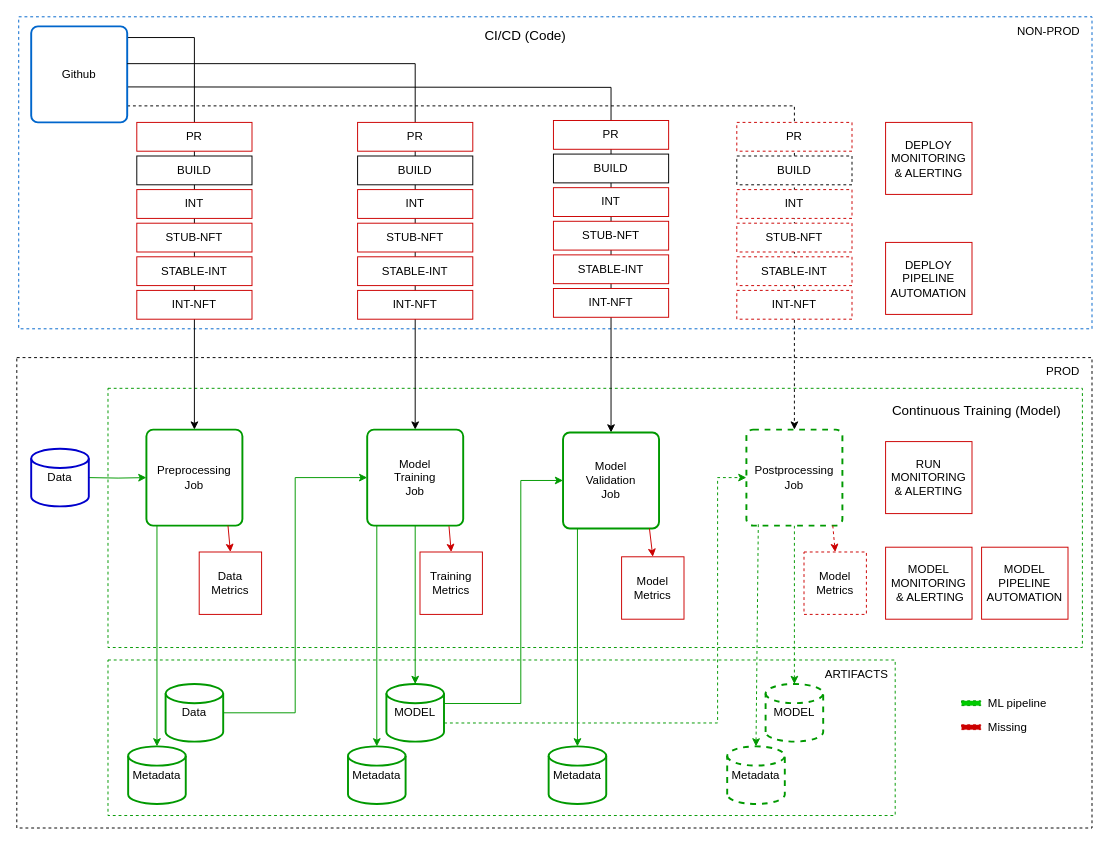
Before: mlops-concepts-cdct-mlp.drawio in adriangay/my-drawio-diagrams, a draw.io diagram. Source tidied: cells renumbered, new cells numbered last; positions are measured from the earlier drawing's top-left corner, leaving out a move shared by most shapes. Both pictures are drawn from the tidied source at 96%, with x=0, y=0 at pixel (16, 16).
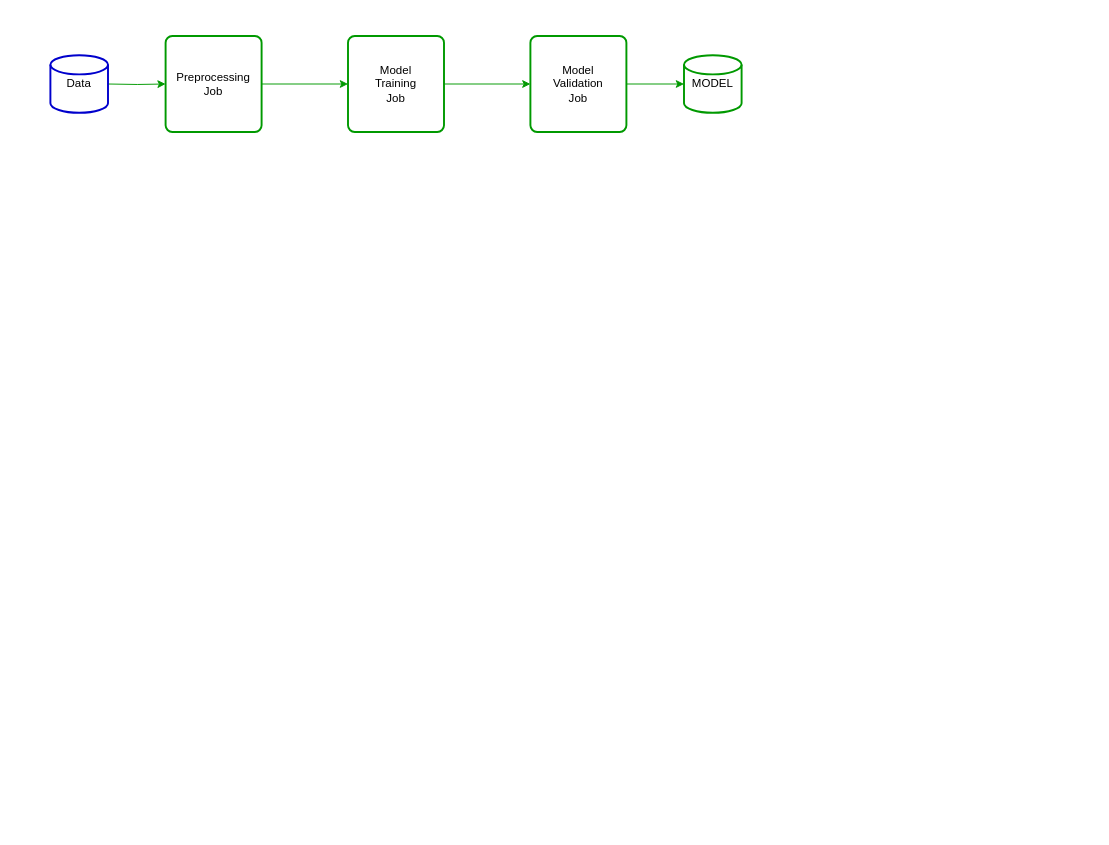
After the change.

What changed in the source:
```diff
@@
-    <mxCell id="2" style="rounded=0;whiteSpace=wrap;html=1;fillColor=none;dashed=1;" parent="1" vertex="1">
-      <mxGeometry y="355" width="1120" height="490" as="geometry" />
-    </mxCell>
-    <mxCell id="3" style="rounded=0;whiteSpace=wrap;html=1;fillColor=none;dashed=1;strokeColor=#009900;" parent="1" vertex="1">
-      <mxGeometry x="95" y="670" width="820" height="162" as="geometry" />
-    </mxCell>
-    <mxCell id="4" style="rounded=0;whiteSpace=wrap;html=1;strokeColor=#0066CC;fillColor=none;dashed=1;" parent="1" vertex="1">
-      <mxGeometry x="2" width="1118" height="325" as="geometry" />
-    </mxCell>
-    <mxCell id="5" style="rounded=0;whiteSpace=wrap;html=1;fillColor=none;dashed=1;strokeColor=#009900;" parent="1" vertex="1">
-      <mxGeometry x="95" y="387" width="1015" height="270" as="geometry" />
-    </mxCell>
-    <mxCell id="6" value="&lt;span style=&quot;white-space: normal&quot;&gt;MODEL&lt;/span&gt;&lt;br style=&quot;white-space: normal&quot;&gt;&lt;span style=&quot;white-space: normal&quot;&gt;MONITORING&lt;/span&gt;&lt;br style=&quot;white-space: normal&quot;&gt;&lt;span style=&quot;white-space: normal&quot;&gt;&amp;nbsp;&amp;amp; ALERTING&lt;/span&gt;" style="rounded=0;whiteSpace=wrap;html=1;strokeColor=#CC0000;" parent="1" vertex="1">
-      <mxGeometry x="905" y="552.5" width="90" height="75" as="geometry" />
-    </mxCell>
-    <mxCell id="7" style="edgeStyle=orthogonalEdgeStyle;rounded=0;jettySize=auto;html=1;exitX=1;exitY=0.388;exitDx=0;exitDy=0;exitPerimeter=0;" parent="1" edge="1" target="16">
-      <mxGeometry relative="1" as="geometry">
-        <mxPoint x="74" y="73" as="sourcePoint" />
-      </mxGeometry>
-    </mxCell>
-    <mxCell id="8" style="edgeStyle=orthogonalEdgeStyle;rounded=0;jettySize=auto;html=1;exitX=0.994;exitY=0.116;exitDx=0;exitDy=0;exitPerimeter=0;" parent="1" edge="1" source="10" target="12">
-      <mxGeometry relative="1" as="geometry" />
-    </mxCell>
-    <mxCell id="9" style="edgeStyle=orthogonalEdgeStyle;rounded=0;jettySize=auto;html=1;exitX=1;exitY=0.828;exitDx=0;exitDy=0;entryX=0.5;entryY=0;entryDx=0;entryDy=0;exitPerimeter=0;dashed=1;strokeColor=#000000;" parent="1" edge="1" source="10" target="18">
-      <mxGeometry relative="1" as="geometry" />
-    </mxCell>
-    <mxCell id="10" value="Github" style="rounded=1;whiteSpace=wrap;html=1;absoluteArcSize=1;arcSize=14;strokeWidth=2;strokeColor=#0066CC;" parent="1" vertex="1">
-      <mxGeometry x="15" y="10" width="100" height="100" as="geometry" />
-    </mxCell>
     <mxCell id="11" style="edgeStyle=orthogonalEdgeStyle;rounded=0;jettySize=auto;html=1;exitX=1;exitY=0.5;exitDx=0;exitDy=0;strokeColor=#009900;" parent="1" edge="1" target="12">
       <mxGeometry relative="1" as="geometry">
-        <mxPoint x="75" y="480" as="sourcePoint" />
+        <mxPoint x="95" y="70" as="sourcePoint" />
       </mxGeometry>
     </mxCell>
     <mxCell id="12" value="Preprocessing&lt;br&gt;Job" style="rounded=1;whiteSpace=wrap;html=1;absoluteArcSize=1;arcSize=14;strokeWidth=2;strokeColor=#009900;" parent="1" vertex="1">
-      <mxGeometry x="135" y="430" width="100" height="100" as="geometry" />
+      <mxGeometry x="155" y="20" width="100" height="100" as="geometry" />
     </mxCell>
-    <mxCell id="13" style="edgeStyle=orthogonalEdgeStyle;rounded=0;jettySize=auto;html=1;entryX=0.5;entryY=0;entryDx=0;entryDy=0;exitX=1;exitY=0.388;exitDx=0;exitDy=0;exitPerimeter=0;" parent="1" edge="1" source="10" target="15">
-      <mxGeometry relative="1" as="geometry" />
-    </mxCell>
-    <mxCell id="14" style="edgeStyle=orthogonalEdgeStyle;rounded=0;jettySize=auto;html=1;exitX=0.5;exitY=1;exitDx=0;exitDy=0;entryX=0.5;entryY=0;entryDx=0;entryDy=0;entryPerimeter=0;startArrow=none;startFill=0;endArrow=classic;endFill=1;strokeColor=#009900;" parent="1" edge="1" source="15" target="50">
-      <mxGeometry relative="1" as="geometry" />
-    </mxCell>
     <mxCell id="15" value="Model&lt;br&gt;Training&lt;br&gt;Job" style="rounded=1;whiteSpace=wrap;html=1;absoluteArcSize=1;arcSize=14;strokeWidth=2;strokeColor=#009900;" parent="1" vertex="1">
-      <mxGeometry x="365" y="430" width="100" height="100" as="geometry" />
+      <mxGeometry x="345" y="20" width="100" height="100" as="geometry" />
     </mxCell>
     <mxCell id="16" value="Model&lt;br&gt;Validation&lt;br&gt;Job" style="rounded=1;whiteSpace=wrap;html=1;absoluteArcSize=1;arcSize=14;strokeWidth=2;strokeColor=#009900;" parent="1" vertex="1">
-      <mxGeometry x="569" y="433" width="100" height="100" as="geometry" />
+      <mxGeometry x="535" y="20" width="100" height="100" as="geometry" />
     </mxCell>
-    <mxCell id="17" style="edgeStyle=orthogonalEdgeStyle;rounded=0;jettySize=auto;html=1;exitX=0.5;exitY=1;exitDx=0;exitDy=0;entryX=0.5;entryY=0;entryDx=0;entryDy=0;strokeColor=#009900;entryPerimeter=0;dashed=1;" parent="1" edge="1" source="18" target="49">
-      <mxGeometry relative="1" as="geometry" />
-    </mxCell>
-    <mxCell id="18" value="Postprocessing&lt;br&gt;Job" style="rounded=1;whiteSpace=wrap;html=1;absoluteArcSize=1;arcSize=14;strokeWidth=2;dashed=1;strokeColor=#009900;" parent="1" vertex="1">
-      <mxGeometry x="760" y="430" width="100" height="100" as="geometry" />
-    </mxCell>
     <mxCell id="19" value="Data" style="strokeWidth=2;html=1;shape=mxgraph.flowchart.database;whiteSpace=wrap;strokeColor=#0000CC;" parent="1" vertex="1">
-      <mxGeometry x="15" y="450" width="60" height="60" as="geometry" />
+      <mxGeometry x="35" y="40" width="60" height="60" as="geometry" />
     </mxCell>
-    <mxCell id="20" value="&lt;font style=&quot;font-size: 14px&quot;&gt;CI/CD (Code)&lt;/font&gt;" style="text;html=1;strokeColor=none;fillColor=none;align=center;verticalAlign=middle;whiteSpace=wrap;rounded=0;" parent="1" vertex="1">
-      <mxGeometry x="485" y="10" width="90" height="20" as="geometry" />
-    </mxCell>
-    <mxCell id="21" value="&lt;font style=&quot;font-size: 14px&quot;&gt;Continuous Training (Model)&lt;/font&gt;" style="text;html=1;strokeColor=none;fillColor=none;align=center;verticalAlign=middle;whiteSpace=wrap;rounded=0;" parent="1" vertex="1">
-      <mxGeometry x="900" y="400" width="200" height="20" as="geometry" />
-    </mxCell>
-    <mxCell id="22" value="INT" style="rounded=0;whiteSpace=wrap;html=1;strokeColor=#CC0000;" parent="1" vertex="1">
-      <mxGeometry x="125" y="180" width="120" height="30" as="geometry" />
-    </mxCell>
-    <mxCell id="23" value="PR" style="rounded=0;whiteSpace=wrap;html=1;strokeColor=#CC0000;" parent="1" vertex="1">
-      <mxGeometry x="125" y="110" width="120" height="30" as="geometry" />
-    </mxCell>
-    <mxCell id="24" value="BUILD" style="rounded=0;whiteSpace=wrap;html=1;" parent="1" vertex="1">
-      <mxGeometry x="125" y="145" width="120" height="30" as="geometry" />
-    </mxCell>
-    <mxCell id="25" value="STUB-NFT" style="rounded=0;whiteSpace=wrap;html=1;strokeColor=#CC0000;" parent="1" vertex="1">
-      <mxGeometry x="125" y="215" width="120" height="30" as="geometry" />
-    </mxCell>
-    <mxCell id="26" value="STABLE-INT" style="rounded=0;whiteSpace=wrap;html=1;strokeColor=#CC0000;" parent="1" vertex="1">
-      <mxGeometry x="125" y="250" width="120" height="30" as="geometry" />
-    </mxCell>
-    <mxCell id="27" value="PROD" style="text;html=1;strokeColor=none;fillColor=none;align=center;verticalAlign=middle;whiteSpace=wrap;rounded=0;" parent="1" vertex="1">
-      <mxGeometry x="1070" y="360" width="40" height="20" as="geometry" />
-    </mxCell>
-    <mxCell id="28" value="INT-NFT" style="rounded=0;whiteSpace=wrap;html=1;strokeColor=#CC0000;" parent="1" vertex="1">
-      <mxGeometry x="125" y="285" width="120" height="30" as="geometry" />
-    </mxCell>
-    <mxCell id="29" value="INT" style="rounded=0;whiteSpace=wrap;html=1;strokeColor=#CC0000;" parent="1" vertex="1">
-      <mxGeometry x="355" y="180" width="120" height="30" as="geometry" />
-    </mxCell>
-    <mxCell id="30" value="PR" style="rounded=0;whiteSpace=wrap;html=1;strokeColor=#CC0000;" parent="1" vertex="1">
-      <mxGeometry x="355" y="110" width="120" height="30" as="geometry" />
-    </mxCell>
-    <mxCell id="31" value="BUILD" style="rounded=0;whiteSpace=wrap;html=1;" parent="1" vertex="1">
-      <mxGeometry x="355" y="145" width="120" height="30" as="geometry" />
-    </mxCell>
-    <mxCell id="32" value="STUB-NFT" style="rounded=0;whiteSpace=wrap;html=1;strokeColor=#CC0000;" parent="1" vertex="1">
-      <mxGeometry x="355" y="215" width="120" height="30" as="geometry" />
-    </mxCell>
-    <mxCell id="33" value="STABLE-INT" style="rounded=0;whiteSpace=wrap;html=1;strokeColor=#CC0000;" parent="1" vertex="1">
-      <mxGeometry x="355" y="250" width="120" height="30" as="geometry" />
-    </mxCell>
-    <mxCell id="34" value="INT-NFT" style="rounded=0;whiteSpace=wrap;html=1;strokeColor=#CC0000;" parent="1" vertex="1">
-      <mxGeometry x="355" y="285" width="120" height="30" as="geometry" />
-    </mxCell>
-    <mxCell id="35" value="INT" style="rounded=0;whiteSpace=wrap;html=1;strokeColor=#CC0000;" parent="1" vertex="1">
-      <mxGeometry x="559" y="178" width="120" height="30" as="geometry" />
-    </mxCell>
-    <mxCell id="36" value="PR" style="rounded=0;whiteSpace=wrap;html=1;strokeColor=#CC0000;" parent="1" vertex="1">
-      <mxGeometry x="559" y="108" width="120" height="30" as="geometry" />
-    </mxCell>
-    <mxCell id="37" value="BUILD" style="rounded=0;whiteSpace=wrap;html=1;" parent="1" vertex="1">
-      <mxGeometry x="559" y="143" width="120" height="30" as="geometry" />
-    </mxCell>
-    <mxCell id="38" value="STUB-NFT" style="rounded=0;whiteSpace=wrap;html=1;strokeColor=#CC0000;" parent="1" vertex="1">
-      <mxGeometry x="559" y="213" width="120" height="30" as="geometry" />
-    </mxCell>
-    <mxCell id="39" value="STABLE-INT" style="rounded=0;whiteSpace=wrap;html=1;strokeColor=#CC0000;" parent="1" vertex="1">
-      <mxGeometry x="559" y="248" width="120" height="30" as="geometry" />
-    </mxCell>
-    <mxCell id="40" value="INT-NFT" style="rounded=0;whiteSpace=wrap;html=1;strokeColor=#CC0000;" parent="1" vertex="1">
-      <mxGeometry x="559" y="283" width="120" height="30" as="geometry" />
-    </mxCell>
-    <mxCell id="41" value="INT" style="rounded=0;whiteSpace=wrap;html=1;strokeColor=#CC0000;dashed=1;" parent="1" vertex="1">
-      <mxGeometry x="750" y="180" width="120" height="30" as="geometry" />
-    </mxCell>
-    <mxCell id="42" value="PR" style="rounded=0;whiteSpace=wrap;html=1;strokeColor=#CC0000;dashed=1;" parent="1" vertex="1">
-      <mxGeometry x="750" y="110" width="120" height="30" as="geometry" />
-    </mxCell>
-    <mxCell id="43" value="BUILD" style="rounded=0;whiteSpace=wrap;html=1;dashed=1;" parent="1" vertex="1">
-      <mxGeometry x="750" y="145" width="120" height="30" as="geometry" />
-    </mxCell>
-    <mxCell id="44" value="STUB-NFT" style="rounded=0;whiteSpace=wrap;html=1;strokeColor=#CC0000;dashed=1;" parent="1" vertex="1">
-      <mxGeometry x="750" y="215" width="120" height="30" as="geometry" />
-    </mxCell>
-    <mxCell id="45" value="STABLE-INT" style="rounded=0;whiteSpace=wrap;html=1;strokeColor=#CC0000;dashed=1;" parent="1" vertex="1">
-      <mxGeometry x="750" y="250" width="120" height="30" as="geometry" />
-    </mxCell>
-    <mxCell id="46" value="INT-NFT" style="rounded=0;whiteSpace=wrap;html=1;strokeColor=#CC0000;dashed=1;" parent="1" vertex="1">
-      <mxGeometry x="750" y="285" width="120" height="30" as="geometry" />
-    </mxCell>
-    <mxCell id="47" value="Data" style="strokeWidth=2;html=1;shape=mxgraph.flowchart.database;whiteSpace=wrap;strokeColor=#009900;" parent="1" vertex="1">
-      <mxGeometry x="155" y="695" width="60" height="60" as="geometry" />
-    </mxCell>
-    <mxCell id="48" style="edgeStyle=orthogonalEdgeStyle;rounded=0;jettySize=auto;html=1;entryX=0;entryY=0.5;entryDx=0;entryDy=0;strokeColor=#009900;exitX=1;exitY=0.5;exitDx=0;exitDy=0;exitPerimeter=0;" parent="1" edge="1" source="47" target="15">
+    <mxCell id="48" style="edgeStyle=orthogonalEdgeStyle;rounded=0;jettySize=auto;html=1;entryX=0;entryY=0.5;entryDx=0;entryDy=0;strokeColor=#009900;exitX=1;exitY=0.5;exitDx=0;exitDy=0;" parent="1" edge="1" source="12" target="15">
       <mxGeometry relative="1" as="geometry" />
     </mxCell>
-    <mxCell id="49" value="MODEL" style="strokeWidth=2;html=1;shape=mxgraph.flowchart.database;whiteSpace=wrap;strokeColor=#009900;dashed=1;" parent="1" vertex="1">
-      <mxGeometry x="780" y="695" width="60" height="60" as="geometry" />
-    </mxCell>
     <mxCell id="50" value="MODEL" style="strokeWidth=2;html=1;shape=mxgraph.flowchart.database;whiteSpace=wrap;strokeColor=#009900;" parent="1" vertex="1">
-      <mxGeometry x="385" y="695" width="60" height="60" as="geometry" />
+      <mxGeometry x="695" y="40" width="60" height="60" as="geometry" />
     </mxCell>
+    <mxCell id="79" style="edgeStyle=orthogonalEdgeStyle;rounded=0;jettySize=auto;html=1;entryX=0;entryY=0.5;entryDx=0;entryDy=0;strokeColor=#009900;exitX=1;exitY=0.5;exitDx=0;exitDy=0;" parent="1" edge="1" source="15" target="16">
+      <mxGeometry relative="1" as="geometry" />
+    </mxCell>
-    <mxCell id="51" style="edgeStyle=orthogonalEdgeStyle;rounded=0;jettySize=auto;html=1;exitX=0;exitY=0.5;exitDx=0;exitDy=0;strokeColor=#009900;startArrow=classic;startFill=1;endArrow=none;endFill=0;entryX=0.997;entryY=0.339;entryDx=0;entryDy=0;entryPerimeter=0;" parent="1" edge="1" source="16" target="50">
-      <mxGeometry relative="1" as="geometry">
-        <Array as="points">
-          <mxPoint x="525" y="483" />
-          <mxPoint x="525" y="715" />
-        </Array>
-      </mxGeometry>
+    <mxCell id="51" style="edgeStyle=orthogonalEdgeStyle;rounded=0;jettySize=auto;html=1;entryX=0;entryY=0.5;entryDx=0;entryDy=0;strokeColor=#009900;entryPerimeter=0;exitX=1;exitY=0.5;exitDx=0;exitDy=0;" parent="1" edge="1" source="16" target="50">
+      <mxGeometry relative="1" as="geometry" />
     </mxCell>
-    <mxCell id="52" style="edgeStyle=orthogonalEdgeStyle;rounded=0;jettySize=auto;html=1;exitX=1.003;exitY=0.677;exitDx=0;exitDy=0;strokeColor=#009900;entryX=0;entryY=0.5;entryDx=0;entryDy=0;exitPerimeter=0;dashed=1;" parent="1" edge="1" source="50" target="18">
-      <mxGeometry relative="1" as="geometry">
-        <Array as="points">
-          <mxPoint x="730" y="736" />
-          <mxPoint x="730" y="480" />
-        </Array>
-      </mxGeometry>
-    </mxCell>
-    <mxCell id="53" value="RUN&lt;br&gt;MONITORING&lt;br&gt;&amp;amp; ALERTING" style="rounded=0;whiteSpace=wrap;html=1;strokeColor=#CC0000;" parent="1" vertex="1">
-      <mxGeometry x="905" y="442.5" width="90" height="75" as="geometry" />
-    </mxCell>
-    <mxCell id="54" value="Model&lt;br&gt;Metrics" style="whiteSpace=wrap;html=1;strokeColor=#CC0000;dashed=1;" parent="1" vertex="1">
-      <mxGeometry x="820" y="557.5" width="65" height="65" as="geometry" />
-    </mxCell>
-    <mxCell id="55" style="endArrow=classic;html=1;entryX=0.5;entryY=0;entryDx=0;entryDy=0;strokeColor=#CC0000;exitX=0.75;exitY=1;exitDx=0;exitDy=0;dashed=1;" parent="1" edge="1" target="54">
-      <mxGeometry relative="1" as="geometry">
-        <mxPoint x="850" y="530" as="sourcePoint" />
-      </mxGeometry>
-    </mxCell>
-    <mxCell id="56" value="Training&lt;br&gt;Metrics" style="whiteSpace=wrap;html=1;strokeColor=#CC0000;" parent="1" vertex="1">
-      <mxGeometry x="420" y="557.5" width="65" height="65" as="geometry" />
-    </mxCell>
-    <mxCell id="57" style="endArrow=classic;html=1;entryX=0.5;entryY=0;entryDx=0;entryDy=0;strokeColor=#CC0000;exitX=0.852;exitY=1.006;exitDx=0;exitDy=0;exitPerimeter=0;" parent="1" edge="1" source="15" target="56">
-      <mxGeometry relative="1" as="geometry" />
-    </mxCell>
-    <mxCell id="58" value="Model&lt;br&gt;Metrics" style="whiteSpace=wrap;html=1;strokeColor=#CC0000;" parent="1" vertex="1">
-      <mxGeometry x="630" y="562.5" width="65" height="65" as="geometry" />
-    </mxCell>
-    <mxCell id="59" style="endArrow=classic;html=1;entryX=0.5;entryY=0;entryDx=0;entryDy=0;strokeColor=#CC0000;exitX=0.9;exitY=1;exitDx=0;exitDy=0;exitPerimeter=0;" parent="1" edge="1" source="16" target="58">
-      <mxGeometry relative="1" as="geometry" />
-    </mxCell>
-    <mxCell id="60" value="Data&lt;br&gt;Metrics" style="whiteSpace=wrap;html=1;strokeColor=#CC0000;" parent="1" vertex="1">
-      <mxGeometry x="190" y="557.5" width="65" height="65" as="geometry" />
-    </mxCell>
-    <mxCell id="61" style="endArrow=classic;html=1;entryX=0.5;entryY=0;entryDx=0;entryDy=0;strokeColor=#CC0000;exitX=0.75;exitY=1;exitDx=0;exitDy=0;" parent="1" edge="1" target="60">
-      <mxGeometry relative="1" as="geometry">
-        <mxPoint x="220" y="530" as="sourcePoint" />
-      </mxGeometry>
-    </mxCell>
-    <mxCell id="62" value="Metadata" style="strokeWidth=2;html=1;shape=mxgraph.flowchart.database;whiteSpace=wrap;strokeColor=#009900;" parent="1" vertex="1">
-      <mxGeometry x="116" y="760" width="60" height="60" as="geometry" />
-    </mxCell>
-    <mxCell id="63" value="Metadata" style="strokeWidth=2;html=1;shape=mxgraph.flowchart.database;whiteSpace=wrap;strokeColor=#009900;" parent="1" vertex="1">
-      <mxGeometry x="345" y="760" width="60" height="60" as="geometry" />
-    </mxCell>
-    <mxCell id="64" value="Metadata" style="strokeWidth=2;html=1;shape=mxgraph.flowchart.database;whiteSpace=wrap;strokeColor=#009900;" parent="1" vertex="1">
-      <mxGeometry x="554" y="760" width="60" height="60" as="geometry" />
-    </mxCell>
-    <mxCell id="65" value="Metadata" style="strokeWidth=2;html=1;shape=mxgraph.flowchart.database;whiteSpace=wrap;strokeColor=#009900;dashed=1;" parent="1" vertex="1">
-      <mxGeometry x="740" y="760" width="60" height="60" as="geometry" />
-    </mxCell>
-    <mxCell id="66" style="endArrow=none;html=1;strokeColor=#009900;exitX=0.5;exitY=0;exitDx=0;exitDy=0;exitPerimeter=0;startArrow=classic;startFill=1;endFill=0;" parent="1" edge="1" source="62">
-      <mxGeometry relative="1" as="geometry">
-        <mxPoint x="146" y="530" as="targetPoint" />
-      </mxGeometry>
-    </mxCell>
-    <mxCell id="67" style="endArrow=classic;html=1;strokeColor=#009900;entryX=0.5;entryY=0;entryDx=0;entryDy=0;entryPerimeter=0;" parent="1" edge="1" target="63">
-      <mxGeometry relative="1" as="geometry">
-        <mxPoint x="375" y="530" as="sourcePoint" />
-      </mxGeometry>
-    </mxCell>
-    <mxCell id="68" style="endArrow=classic;html=1;strokeColor=#009900;entryX=0.5;entryY=0;entryDx=0;entryDy=0;entryPerimeter=0;" parent="1" edge="1" target="64">
-      <mxGeometry relative="1" as="geometry">
-        <mxPoint x="584" y="533" as="sourcePoint" />
-      </mxGeometry>
-    </mxCell>
-    <mxCell id="69" style="endArrow=classic;html=1;strokeColor=#009900;exitX=0.124;exitY=0.986;exitDx=0;exitDy=0;exitPerimeter=0;entryX=0.5;entryY=0;entryDx=0;entryDy=0;entryPerimeter=0;dashed=1;" parent="1" edge="1" source="18" target="65">
-      <mxGeometry relative="1" as="geometry" />
-    </mxCell>
-    <mxCell id="70" value="MODEL&lt;br&gt;PIPELINE&lt;br&gt;AUTOMATION" style="rounded=0;whiteSpace=wrap;html=1;strokeColor=#CC0000;" parent="1" vertex="1">
-      <mxGeometry x="1005" y="552.5" width="90" height="75" as="geometry" />
-    </mxCell>
-    <mxCell id="71" value="NON-PROD" style="text;html=1;strokeColor=none;fillColor=none;align=center;verticalAlign=middle;whiteSpace=wrap;rounded=0;" parent="1" vertex="1">
-      <mxGeometry x="1040" y="5" width="70" height="20" as="geometry" />
-    </mxCell>
-    <mxCell id="72" value="DEPLOY&lt;br&gt;MONITORING&lt;br&gt;&amp;amp; ALERTING" style="rounded=0;whiteSpace=wrap;html=1;strokeColor=#CC0000;" parent="1" vertex="1">
-      <mxGeometry x="905" y="110" width="90" height="75" as="geometry" />
-    </mxCell>
-    <mxCell id="73" value="DEPLOY&lt;br&gt;PIPELINE&lt;br&gt;AUTOMATION" style="rounded=0;whiteSpace=wrap;html=1;strokeColor=#CC0000;" parent="1" vertex="1">
-      <mxGeometry x="905" y="235" width="90" height="75" as="geometry" />
-    </mxCell>
-    <mxCell id="74" value="ARTIFACTS" style="text;html=1;strokeColor=none;fillColor=none;align=center;verticalAlign=middle;whiteSpace=wrap;rounded=0;dashed=1;" parent="1" vertex="1">
-      <mxGeometry x="845" y="675" width="60" height="20" as="geometry" />
-    </mxCell>
-    <mxCell id="75" value="Missing" style="text;html=1;strokeColor=none;fillColor=none;align=left;verticalAlign=middle;whiteSpace=wrap;rounded=0;dashed=1;" parent="1" vertex="1">
-      <mxGeometry x="1010" y="730" width="40" height="20" as="geometry" />
-    </mxCell>
-    <mxCell id="76" value="ML pipeline" style="text;html=1;strokeColor=none;fillColor=none;align=left;verticalAlign=middle;whiteSpace=wrap;rounded=0;dashed=1;" parent="1" vertex="1">
-      <mxGeometry x="1010" y="705" width="80" height="20" as="geometry" />
-    </mxCell>
-    <mxCell id="77" style="rounded=0;whiteSpace=wrap;html=1;dashed=1;strokeColor=#CC0000;align=left;fillColor=#CC0000;" parent="1" vertex="1">
-      <mxGeometry x="984.1" y="737.5" width="20" height="5" as="geometry" />
-    </mxCell>
-    <mxCell id="78" style="rounded=0;whiteSpace=wrap;html=1;dashed=1;strokeColor=#009900;align=left;fillColor=#00CC00;" parent="1" vertex="1">
-      <mxGeometry x="984.1" y="712.5" width="20" height="5" as="geometry" />
-    </mxCell>
```
